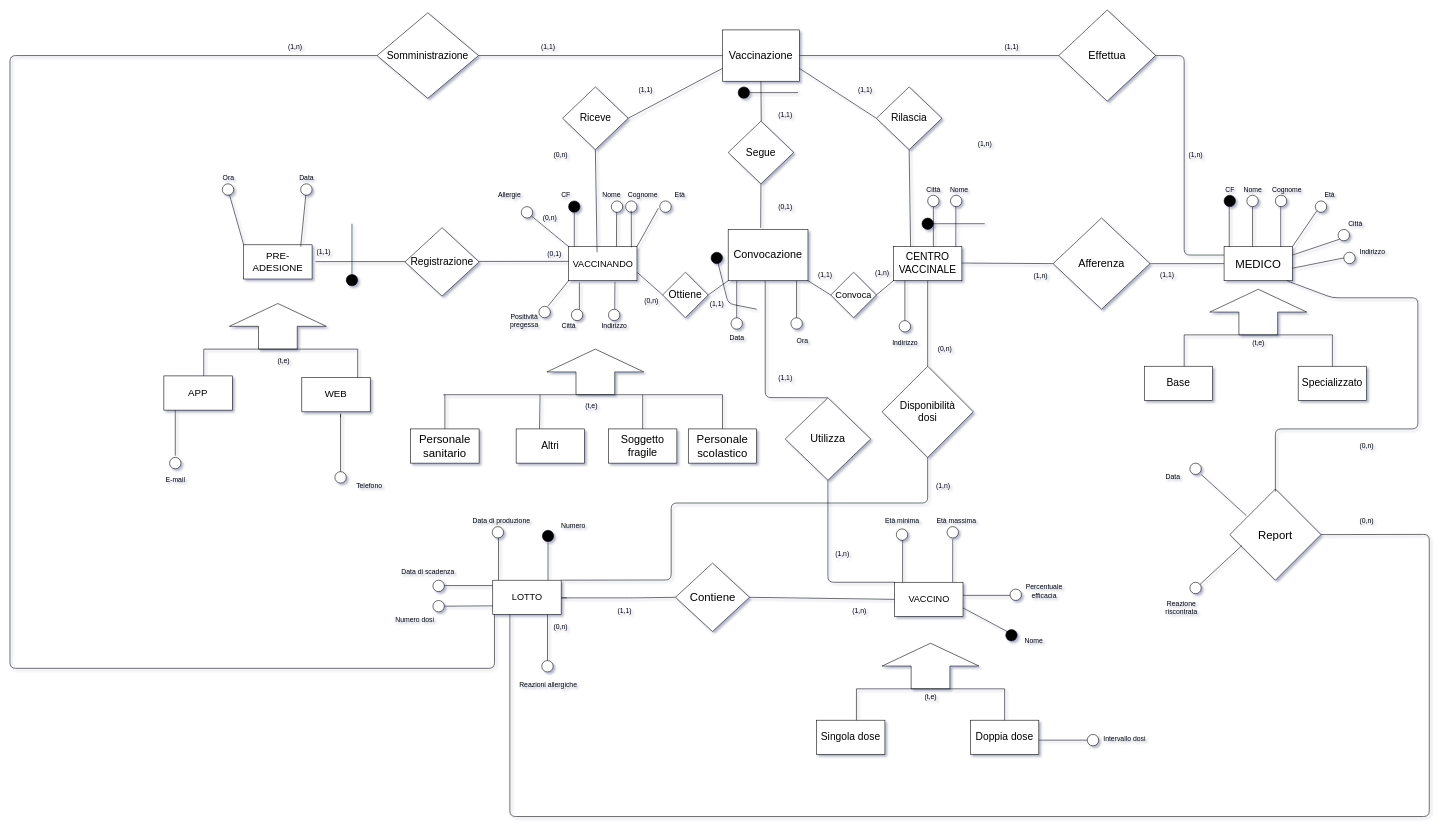
Earlier version of the draw.io diagram bd/Schema E/ERconcettuale.drawio (shaggyishere/VaccineDatabase). Source tidied: cells renumbered, new cells numbered last; positions are measured from the earlier drawing's top-left corner, leaving out a move shared by most shapes. Both pictures are drawn from the tidied source at 57%, with x=0, y=0 at pixel (10, 10).
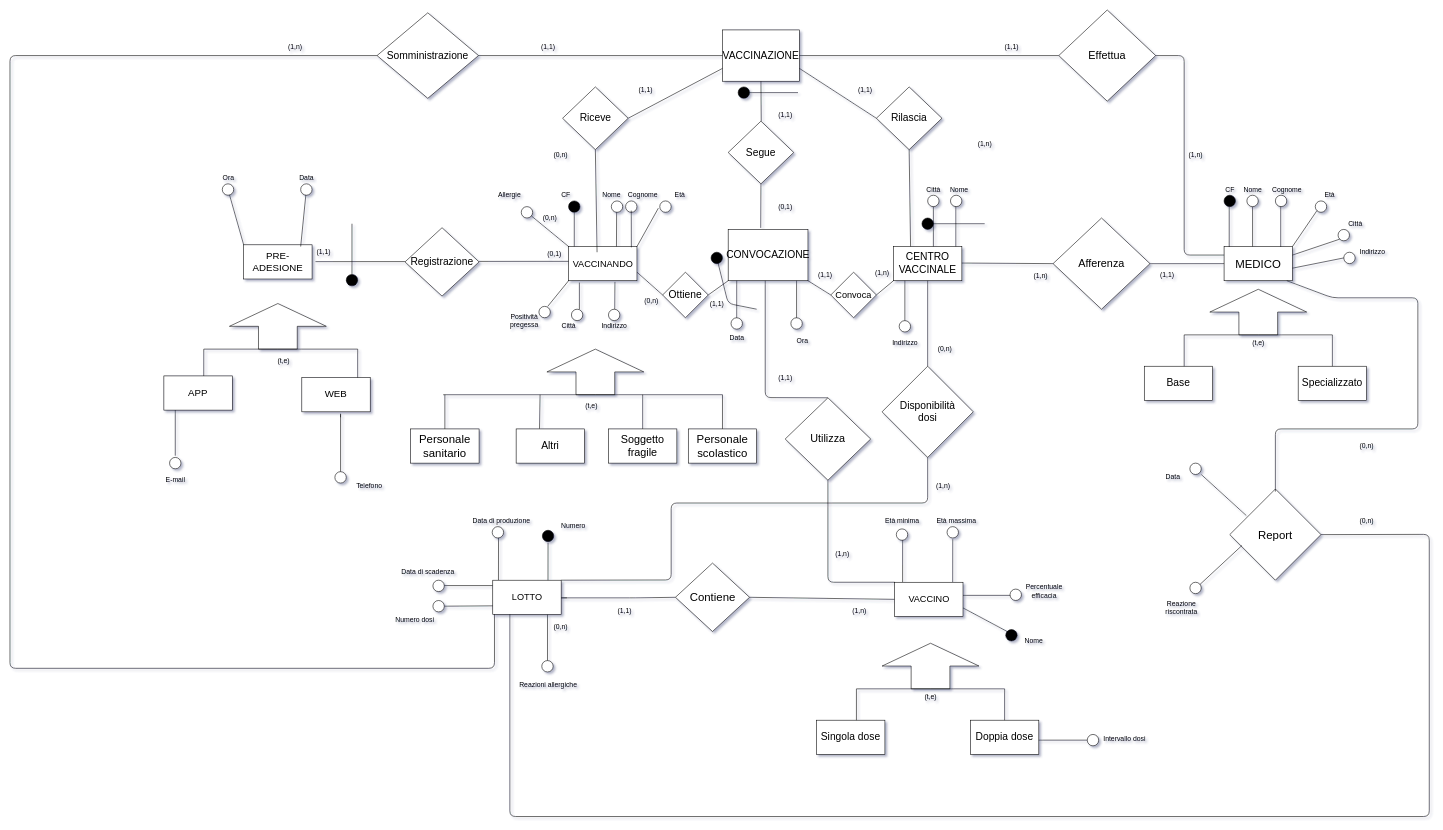
The same diagram, later.

The edit, as a diff of the source:
```diff
@@
-    <mxCell id="25" value="&lt;font style=&quot;font-size: 19px&quot;&gt;Convocazione&lt;/font&gt;" style="rectangle;whiteSpace=wrap;html=1;strokeWidth=1;fillColor=#FFFFFF;" parent="1" vertex="1">
+    <mxCell id="25" value="&lt;font style=&quot;font-size: 18px&quot;&gt;CONVOCAZIONE&lt;/font&gt;" style="rectangle;whiteSpace=wrap;html=1;strokeWidth=1;fillColor=#FFFFFF;" parent="1" vertex="1">
       <mxGeometry x="1260" y="385" width="140" height="90" as="geometry" />
     </mxCell>
@@
-    <mxCell id="40" value="&lt;font style=&quot;font-size: 19px&quot;&gt;Vaccinazione&lt;/font&gt;" style="rectangle;whiteSpace=wrap;html=1;strokeWidth=1;fillColor=#FFFFFF;" parent="1" vertex="1">
+    <mxCell id="40" value="&lt;font style=&quot;font-size: 18px&quot;&gt;VACCINAZIONE&lt;/font&gt;" style="rectangle;whiteSpace=wrap;html=1;strokeWidth=1;fillColor=#FFFFFF;" parent="1" vertex="1">
       <mxGeometry x="1250" y="35" width="135" height="90" as="geometry" />
     </mxCell>
```
